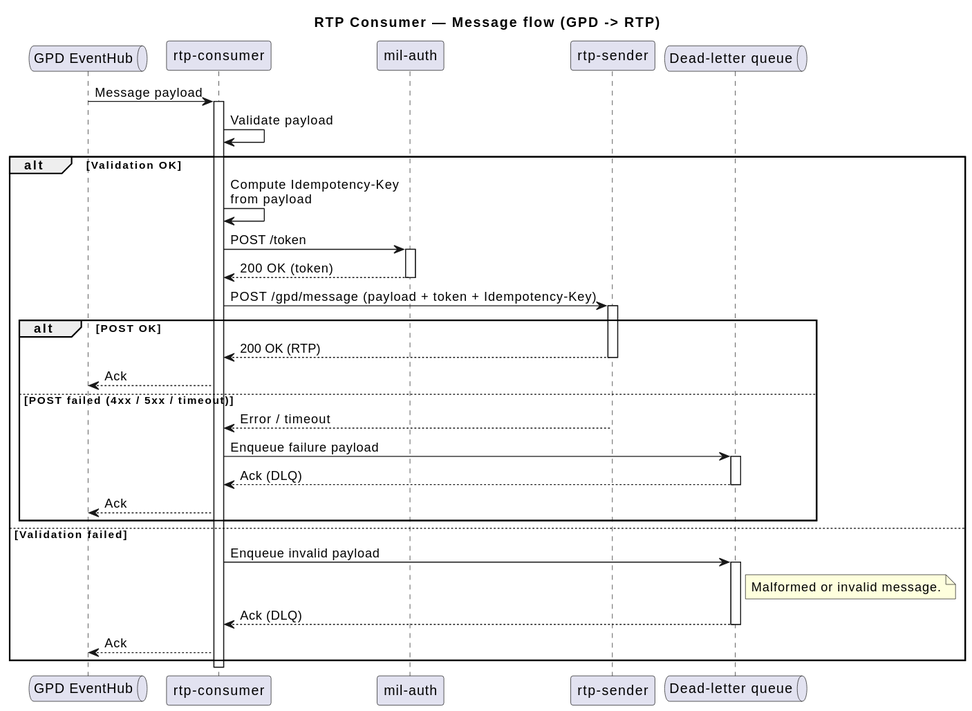
Before: diagrams/rtp-consumer-flow.svg, a diagram exported from PlantUML (pagopa/rtp-docs).
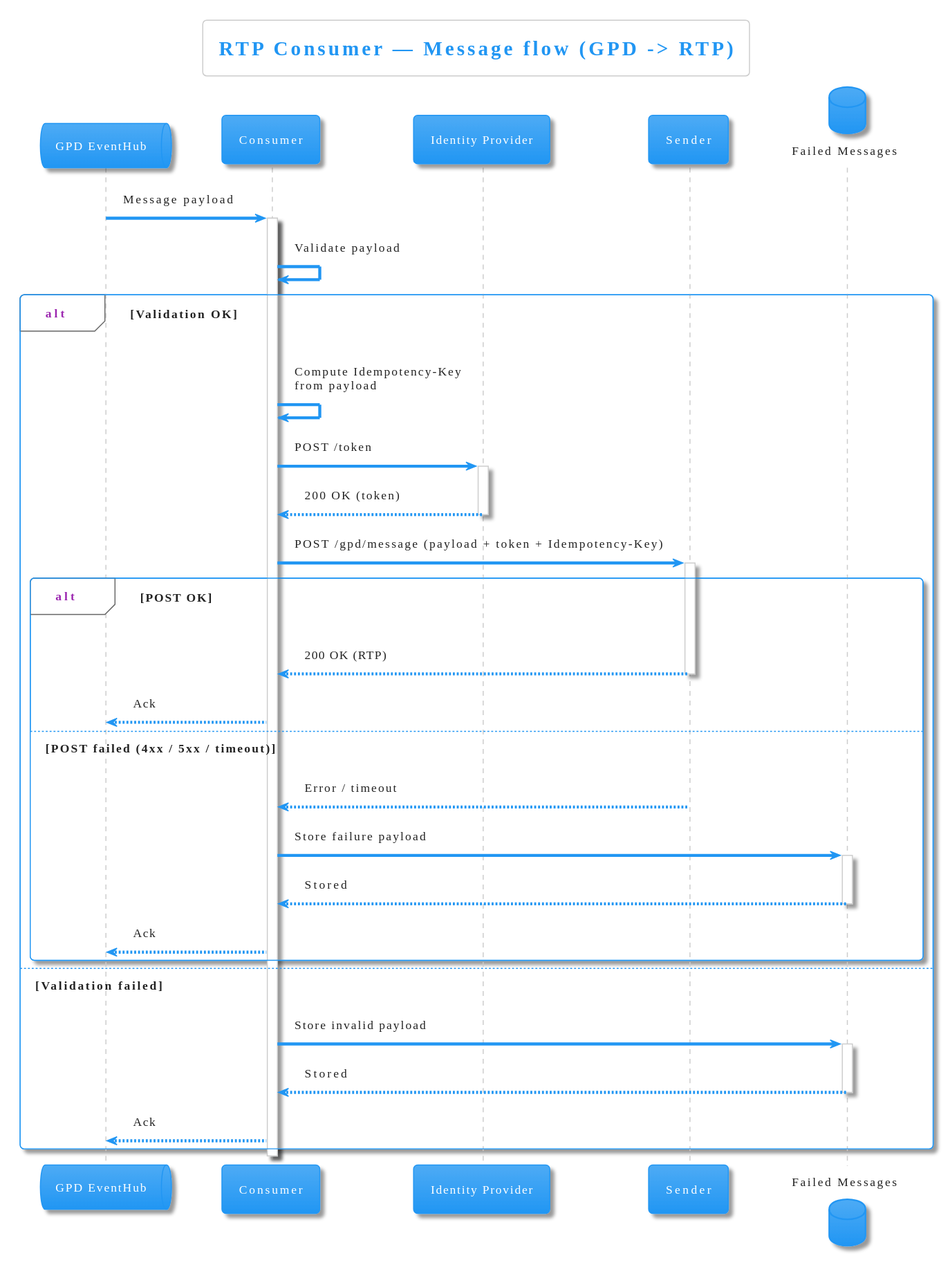
The same file after the commit.

What changed in the source:
```diff
@@ -1,11 +1,13 @@
 @startuml
+!theme materia
+
 title RTP Consumer — Message flow (GPD -> RTP)
 
 queue "GPD EventHub" as EH
-participant "rtp-consumer" as C
-participant "mil-auth" as MA
-participant "rtp-sender" as S
-queue "Dead-letter queue" as DLQ
+participant "Consumer" as C
+participant "Identity Provider" as MA
+participant "Sender" as S
+database "Failed Messages" as DLQ
 
 EH -> C : Message payload
 activate C
@@ -33,21 +35,18 @@
     S --> C : Error / timeout
     deactivate S
 
-    C -> DLQ : Enqueue failure payload
+    C -> DLQ : Store failure payload
     activate DLQ
-    DLQ --> C : Ack (DLQ)
+    DLQ --> C : Stored
     deactivate DLQ
 
     C --> EH : Ack
   end
 
 else Validation failed
-  C -> DLQ : Enqueue invalid payload
+  C -> DLQ : Store invalid payload
   activate DLQ
-  note right of DLQ
-    Malformed or invalid message.
-  end note
-  DLQ --> C : Ack (DLQ)
+  DLQ --> C : Stored
   deactivate DLQ
 
   C --> EH : Ack
```
